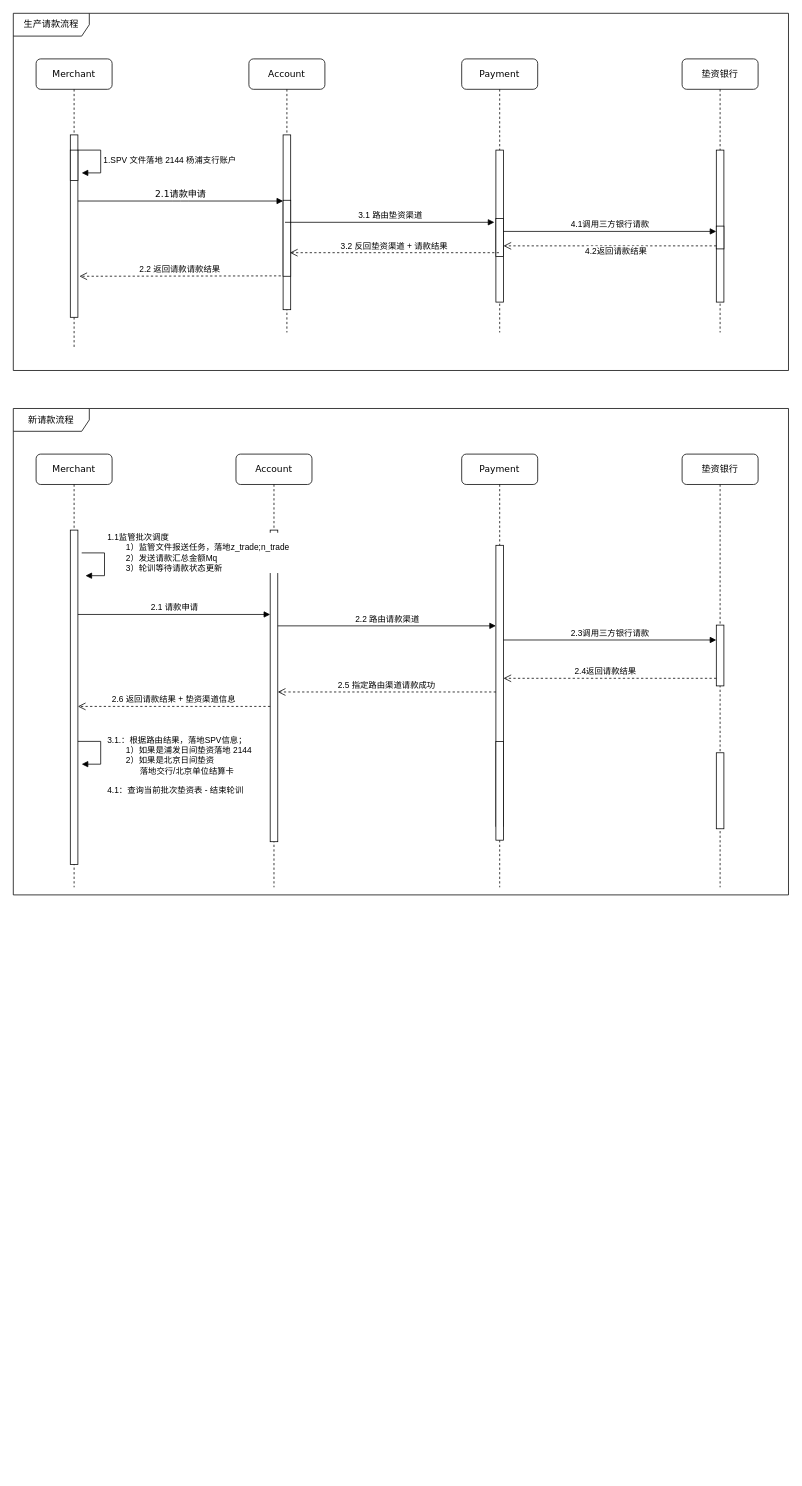
Above: 北京银行垫资调整.drawio in cuiqian-006/drawio (draw.io), before the change. Source tidied: cells renumbered, new cells numbered last; positions are measured from the earlier drawing's top-left corner, leaving out a move shared by most shapes. Both pictures are drawn from the tidied source at 76%, with x=0, y=0 at pixel (13, 13).
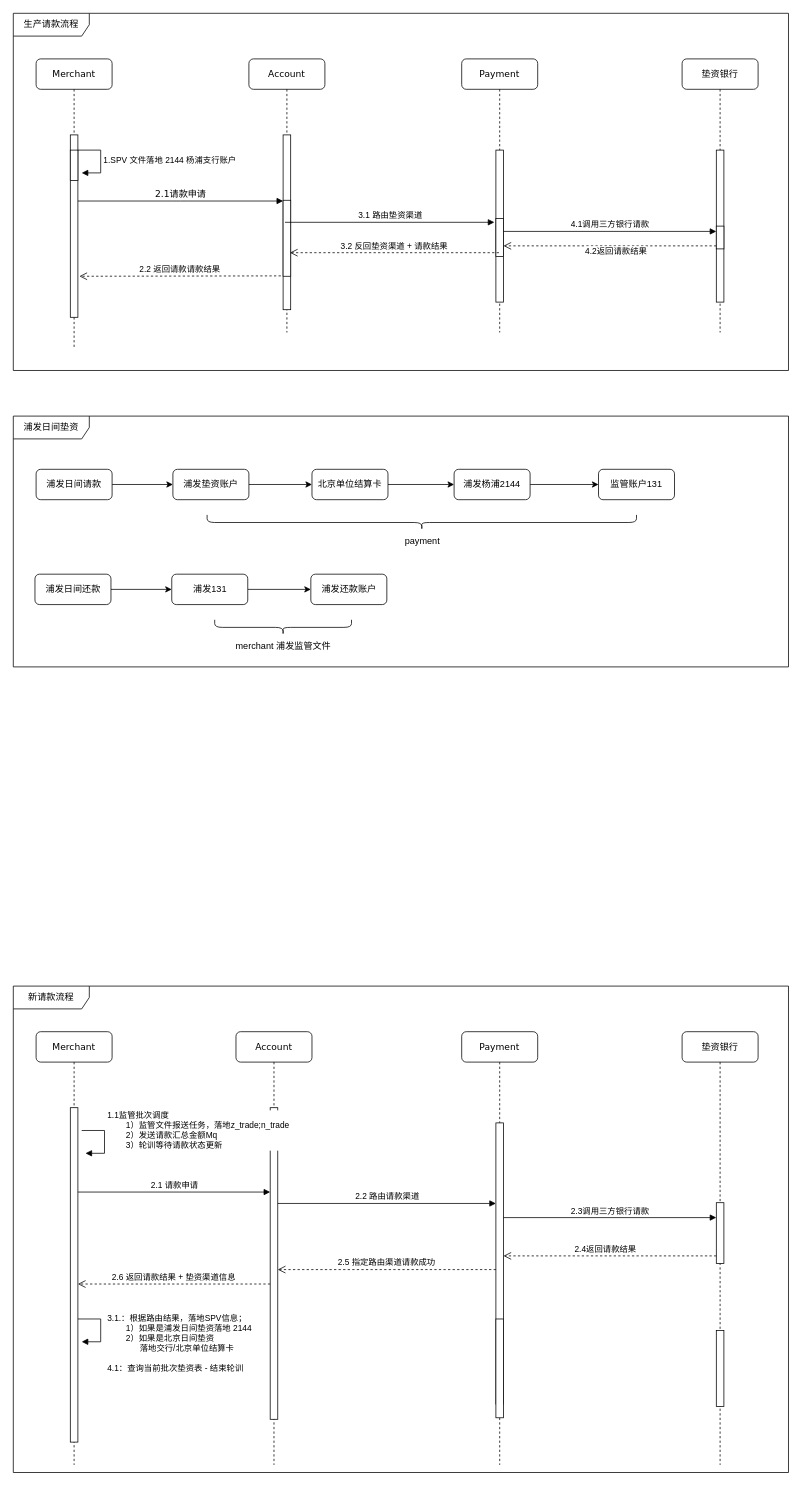
Above is the later version.

Commit message (it also covers changes not shown here):
更新北京银行垫资调整.drawio

Change to the diagram source:
```diff
@@
     <mxCell id="22" value="Account" style="shape=umlLifeline;perimeter=lifelinePerimeter;whiteSpace=wrap;html=1;rounded=1;shadow=0;comic=0;labelBackgroundColor=none;strokeWidth=1;fontFamily=Verdana;fontSize=12;align=center;" parent="1" vertex="1">
-      <mxGeometry x="293" y="580" width="100" height="570" as="geometry" />
+      <mxGeometry x="293" y="1340" width="100" height="570" as="geometry" />
     </mxCell>
@@
     <mxCell id="24" value="Payment" style="shape=umlLifeline;perimeter=lifelinePerimeter;whiteSpace=wrap;html=1;rounded=1;shadow=0;comic=0;labelBackgroundColor=none;strokeWidth=1;fontFamily=Verdana;fontSize=12;align=center;" parent="1" vertex="1">
-      <mxGeometry x="590" y="580" width="100" height="570" as="geometry" />
+      <mxGeometry x="590" y="1340" width="100" height="570" as="geometry" />
     </mxCell>
@@
     <mxCell id="26" value="Merchant" style="shape=umlLifeline;perimeter=lifelinePerimeter;whiteSpace=wrap;html=1;rounded=1;shadow=0;comic=0;labelBackgroundColor=none;strokeWidth=1;fontFamily=Verdana;fontSize=12;align=center;" parent="1" vertex="1">
-      <mxGeometry x="30" y="580" width="100" height="570" as="geometry" />
+      <mxGeometry x="30" y="1340" width="100" height="570" as="geometry" />
     </mxCell>
@@
     <mxCell id="28" value="垫资银行" style="shape=umlLifeline;perimeter=lifelinePerimeter;whiteSpace=wrap;html=1;rounded=1;shadow=0;comic=0;labelBackgroundColor=none;strokeWidth=1;fontFamily=Verdana;fontSize=12;align=center;" parent="1" vertex="1">
-      <mxGeometry x="880" y="580" width="100" height="570" as="geometry" />
+      <mxGeometry x="880" y="1340" width="100" height="570" as="geometry" />
     </mxCell>
@@
     <mxCell id="30" value="新请款流程" style="shape=umlFrame;whiteSpace=wrap;html=1;width=100;height=30;" parent="1" vertex="1">
-      <mxGeometry y="520" width="1020" height="640" as="geometry" />
+      <mxGeometry y="1280" width="1020" height="640" as="geometry" />
     </mxCell>
     <mxCell id="31" value="3.1.：根据路由结果，落地SPV信息；&lt;br&gt;&lt;span style=&quot;white-space: pre;&quot;&gt;&#9;&lt;/span&gt;1）如果是浦发日间垫资落地 2144&lt;br&gt;&lt;span style=&quot;white-space: pre;&quot;&gt;&#9;&lt;/span&gt;2）如果是北京日间垫资&lt;br&gt;&lt;span style=&quot;white-space: pre;&quot;&gt;&#9;&lt;/span&gt;&amp;nbsp; &amp;nbsp; &amp;nbsp; 落地交行/北京单位结算卡&lt;br&gt;&lt;br&gt;4.1：查询当前批次垫资表 - 结束轮训" style="html=1;align=left;spacingLeft=2;endArrow=block;rounded=0;edgeStyle=orthogonalEdgeStyle;curved=0;rounded=0;" parent="1" edge="1">
       <mxGeometry x="0.41" y="5" relative="1" as="geometry">
-        <mxPoint x="85" y="958" as="sourcePoint" />
-        <mxPoint x="90" y="988" as="targetPoint" />
+        <mxPoint x="85" y="1718" as="sourcePoint" />
+        <mxPoint x="90" y="1748" as="targetPoint" />
         <Array as="points">
-          <mxPoint x="115" y="988" />
+          <mxPoint x="115" y="1748" />
         </Array>
         <mxPoint x="5" y="-3" as="offset" />
       </mxGeometry>
     </mxCell>
     <mxCell id="32" value="2.1 请款申请" style="html=1;verticalAlign=bottom;endArrow=block;curved=0;rounded=0;entryX=0;entryY=0;entryDx=0;entryDy=5;" parent="1" edge="1">
       <mxGeometry relative="1" as="geometry">
-        <mxPoint x="85" y="791" as="sourcePoint" />
-        <mxPoint x="338" y="791" as="targetPoint" />
+        <mxPoint x="85" y="1551" as="sourcePoint" />
+        <mxPoint x="338" y="1551" as="targetPoint" />
       </mxGeometry>
     </mxCell>
     <mxCell id="33" value="2.6 返回请款结果 + 垫资渠道信息" style="html=1;verticalAlign=bottom;endArrow=open;dashed=1;endSize=8;curved=0;rounded=0;exitX=0;exitY=1;exitDx=0;exitDy=-5;" parent="1" edge="1">
       <mxGeometry relative="1" as="geometry">
-        <mxPoint x="338" y="912" as="sourcePoint" />
-        <mxPoint x="85" y="912" as="targetPoint" />
+        <mxPoint x="338" y="1672" as="sourcePoint" />
+        <mxPoint x="85" y="1672" as="targetPoint" />
       </mxGeometry>
     </mxCell>
-    <mxCell id="34" style="html=1;perimeter=orthogonalPerimeter;targetShapes=umlLifeline;newEdgeStyle={&quot;curved&quot;:0,&quot;rounded&quot;:0};" parent="1" vertex="1">
-      <mxGeometry x="635" y="958" width="10" height="130" as="geometry" />
-    </mxCell>
+    <mxCell id="41" style="html=1;perimeter=orthogonalPerimeter;targetShapes=umlLifeline;newEdgeStyle={&quot;curved&quot;:0,&quot;rounded&quot;:0};" parent="1" vertex="1">
+      <mxGeometry x="635" y="1718" width="10" height="130" as="geometry" />
+    </mxCell>
     <mxCell id="35" value="2.2 路由请款渠道" style="html=1;verticalAlign=bottom;endArrow=block;curved=0;rounded=0;entryX=0;entryY=0;entryDx=0;entryDy=5;" parent="1" edge="1">
       <mxGeometry relative="1" as="geometry">
-        <mxPoint x="348" y="806" as="sourcePoint" />
-        <mxPoint x="635" y="806" as="targetPoint" />
+        <mxPoint x="348" y="1566" as="sourcePoint" />
+        <mxPoint x="635" y="1566" as="targetPoint" />
       </mxGeometry>
     </mxCell>
     <mxCell id="36" value="2.5 指定路由渠道请款成功" style="html=1;verticalAlign=bottom;endArrow=open;dashed=1;endSize=8;curved=0;rounded=0;exitX=0;exitY=1;exitDx=0;exitDy=-5;" parent="1" edge="1">
       <mxGeometry relative="1" as="geometry">
-        <mxPoint x="635" y="893" as="sourcePoint" />
-        <mxPoint x="348" y="893" as="targetPoint" />
+        <mxPoint x="635" y="1653" as="sourcePoint" />
+        <mxPoint x="348" y="1653" as="targetPoint" />
       </mxGeometry>
     </mxCell>
-    <mxCell id="37" style="html=1;perimeter=orthogonalPerimeter;targetShapes=umlLifeline;newEdgeStyle={&quot;curved&quot;:0,&quot;rounded&quot;:0};" parent="1" vertex="1">
-      <mxGeometry x="925" y="805" width="10" height="80" as="geometry" />
-    </mxCell>
+    <mxCell id="42" style="html=1;perimeter=orthogonalPerimeter;targetShapes=umlLifeline;newEdgeStyle={&quot;curved&quot;:0,&quot;rounded&quot;:0};" parent="1" vertex="1">
+      <mxGeometry x="925" y="1565" width="10" height="80" as="geometry" />
+    </mxCell>
     <mxCell id="38" value="2.3调用三方银行请款" style="html=1;verticalAlign=bottom;endArrow=block;curved=0;rounded=0;entryX=0;entryY=0;entryDx=0;entryDy=5;" parent="1" edge="1">
       <mxGeometry relative="1" as="geometry">
-        <mxPoint x="645" y="824.6" as="sourcePoint" />
-        <mxPoint x="925" y="824.6" as="targetPoint" />
+        <mxPoint x="645" y="1584.6" as="sourcePoint" />
+        <mxPoint x="925" y="1584.6" as="targetPoint" />
       </mxGeometry>
     </mxCell>
     <mxCell id="39" value="2.4返回请款结果" style="html=1;verticalAlign=bottom;endArrow=open;dashed=1;endSize=8;curved=0;rounded=0;" parent="1" edge="1">
       <mxGeometry x="0.04" relative="1" as="geometry">
-        <mxPoint x="925" y="875" as="sourcePoint" />
-        <mxPoint x="645" y="875" as="targetPoint" />
+        <mxPoint x="925" y="1635" as="sourcePoint" />
+        <mxPoint x="645" y="1635" as="targetPoint" />
         <Array as="points">
-          <mxPoint x="700" y="875" />
+          <mxPoint x="700" y="1635" />
         </Array>
       </mxGeometry>
     </mxCell>
     <mxCell id="40" value="1.1监管批次调度&lt;br&gt;&lt;span style=&quot;white-space: pre;&quot;&gt;&#9;&lt;/span&gt;1）监管文件报送任务，落地z_trade;n_trade&lt;br&gt;&lt;span style=&quot;white-space: pre;&quot;&gt;&#9;&lt;/span&gt;2）发送请款汇总金额Mq&lt;br&gt;&lt;span style=&quot;white-space: pre;&quot;&gt;&#9;&lt;/span&gt;3）轮训等待请款状态更新" style="html=1;align=left;spacingLeft=2;endArrow=block;rounded=0;edgeStyle=orthogonalEdgeStyle;curved=0;rounded=0;fillColor=none;" parent="1" edge="1">
       <mxGeometry x="-0.29" relative="1" as="geometry">
-        <mxPoint x="90" y="710" as="sourcePoint" />
-        <mxPoint x="95" y="740" as="targetPoint" />
+        <mxPoint x="90" y="1470" as="sourcePoint" />
+        <mxPoint x="95" y="1500" as="targetPoint" />
         <Array as="points">
-          <mxPoint x="120" y="740" />
+          <mxPoint x="120" y="1500" />
         </Array>
       </mxGeometry>
     </mxCell>
+    <mxCell id="43" style="edgeStyle=orthogonalEdgeStyle;rounded=0;jettySize=auto;html=1;entryX=0;entryY=0.5;entryDx=0;entryDy=0;" parent="1" edge="1" source="44" target="46">
+      <mxGeometry relative="1" as="geometry" />
+    </mxCell>
+    <mxCell id="44" value="浦发日间请款" style="rounded=1;whiteSpace=wrap;html=1;" parent="1" vertex="1">
+      <mxGeometry x="30" y="600" width="100" height="40" as="geometry" />
+    </mxCell>
+    <mxCell id="45" style="edgeStyle=orthogonalEdgeStyle;rounded=0;jettySize=auto;html=1;" parent="1" edge="1" source="46" target="49">
+      <mxGeometry relative="1" as="geometry" />
+    </mxCell>
+    <mxCell id="46" value="浦发垫资账户" style="rounded=1;whiteSpace=wrap;html=1;" parent="1" vertex="1">
+      <mxGeometry x="210" y="600" width="100" height="40" as="geometry" />
+    </mxCell>
+    <mxCell id="47" value="浦发日间垫资" style="shape=umlFrame;whiteSpace=wrap;html=1;width=100;height=30;" parent="1" vertex="1">
+      <mxGeometry y="530" width="1020" height="330" as="geometry" />
+    </mxCell>
+    <mxCell id="48" style="edgeStyle=orthogonalEdgeStyle;rounded=0;jettySize=auto;html=1;" parent="1" edge="1" source="49" target="51">
+      <mxGeometry relative="1" as="geometry" />
+    </mxCell>
+    <mxCell id="49" value="北京单位结算卡" style="rounded=1;whiteSpace=wrap;html=1;" parent="1" vertex="1">
+      <mxGeometry x="393" y="600" width="100" height="40" as="geometry" />
+    </mxCell>
+    <mxCell id="50" style="edgeStyle=orthogonalEdgeStyle;rounded=0;jettySize=auto;html=1;entryX=0;entryY=0.5;entryDx=0;entryDy=0;" parent="1" edge="1" source="51" target="52">
+      <mxGeometry relative="1" as="geometry" />
+    </mxCell>
+    <mxCell id="51" value="浦发杨浦2144" style="rounded=1;whiteSpace=wrap;html=1;" parent="1" vertex="1">
+      <mxGeometry x="580" y="600" width="100" height="40" as="geometry" />
+    </mxCell>
+    <mxCell id="52" value="监管账户131" style="rounded=1;whiteSpace=wrap;html=1;" parent="1" vertex="1">
+      <mxGeometry x="770" y="600" width="100" height="40" as="geometry" />
+    </mxCell>
+    <mxCell id="53" style="edgeStyle=orthogonalEdgeStyle;rounded=0;jettySize=auto;html=1;entryX=0;entryY=0.5;entryDx=0;entryDy=0;" parent="1" edge="1" source="54" target="56">
+      <mxGeometry relative="1" as="geometry" />
+    </mxCell>
+    <mxCell id="54" value="浦发日间还款" style="rounded=1;whiteSpace=wrap;html=1;" parent="1" vertex="1">
+      <mxGeometry x="28.5" y="738" width="100" height="40" as="geometry" />
+    </mxCell>
+    <mxCell id="55" style="edgeStyle=orthogonalEdgeStyle;rounded=0;jettySize=auto;html=1;" parent="1" edge="1" source="56" target="57">
+      <mxGeometry relative="1" as="geometry" />
+    </mxCell>
+    <mxCell id="56" value="浦发131" style="rounded=1;whiteSpace=wrap;html=1;" parent="1" vertex="1">
+      <mxGeometry x="208.5" y="738" width="100" height="40" as="geometry" />
+    </mxCell>
+    <mxCell id="57" value="浦发还款账户" style="rounded=1;whiteSpace=wrap;html=1;" parent="1" vertex="1">
+      <mxGeometry x="391.5" y="738" width="100" height="40" as="geometry" />
+    </mxCell>
+    <mxCell id="58" style="shape=curlyBracket;whiteSpace=wrap;html=1;rounded=1;labelPosition=left;verticalLabelPosition=middle;align=right;verticalAlign=middle;rotation=-90;" parent="1" vertex="1">
+      <mxGeometry x="345" y="718" width="20" height="180" as="geometry" />
+    </mxCell>
+    <mxCell id="59" value="merchant 浦发监管文件" style="text;html=1;align=center;verticalAlign=middle;strokeColor=none;fillColor=none;" parent="1" vertex="1">
+      <mxGeometry x="280" y="818" width="150" height="30" as="geometry" />
+    </mxCell>
+    <mxCell id="60" style="shape=curlyBracket;whiteSpace=wrap;html=1;rounded=1;labelPosition=left;verticalLabelPosition=middle;align=right;verticalAlign=middle;rotation=-90;" parent="1" vertex="1">
+      <mxGeometry x="527.5" y="387.5" width="20" height="565" as="geometry" />
+    </mxCell>
+    <mxCell id="61" value="payment" style="text;html=1;align=center;verticalAlign=middle;strokeColor=none;fillColor=none;" parent="1" vertex="1">
+      <mxGeometry x="502.5" y="680" width="70" height="30" as="geometry" />
+    </mxCell>
```
